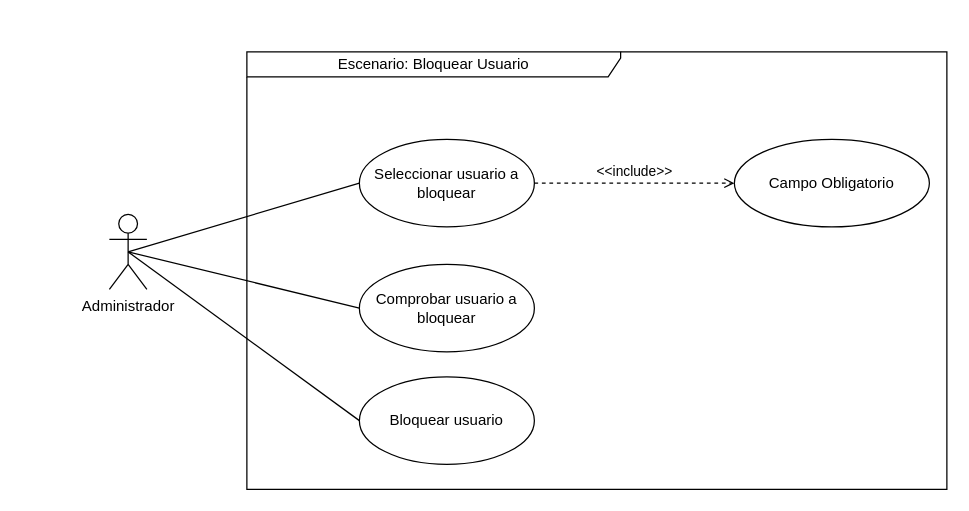
This is page "Bloquear usuario" (6 of 16) of documentacion/Untitled Diagram.drawio from nicasop/PROYECTO_INTEGRADOR_P58, a draw.io file, before an edit. Source tidied: cells renumbered, new cells numbered last; positions are measured from the earlier drawing's top-left corner, leaving out a move shared by most shapes. Both pictures are drawn from the tidied source at 125%, with x=0, y=0 at pixel (109, 51).
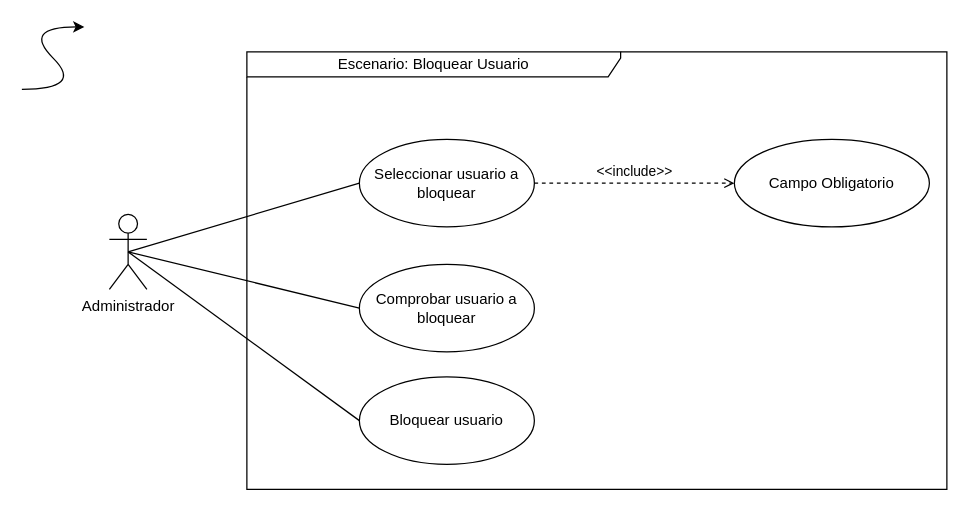
Above is the later version.

Change to the diagram source:
```diff
@@
 <mxGraphModel>
   <root>
     <mxCell id="0" />
     <mxCell id="1" parent="0" />
     <mxCell id="2" value="Escenario: Bloquear Usuario" style="shape=umlFrame;whiteSpace=wrap;html=1;width=299;height=20;" parent="1" vertex="1">
       <mxGeometry x="110" width="560" height="350" as="geometry" />
     </mxCell>
     <mxCell id="3" value="Administrador" style="shape=umlActor;verticalLabelPosition=bottom;verticalAlign=top;html=1;" parent="1" vertex="1">
       <mxGeometry y="130" width="30" height="60" as="geometry" />
     </mxCell>
     <mxCell id="4" value="Seleccionar usuario a bloquear" style="ellipse;whiteSpace=wrap;html=1;" parent="1" vertex="1">
       <mxGeometry x="200" y="70" width="140" height="70" as="geometry" />
     </mxCell>
     <mxCell id="5" value="Comprobar usuario a bloquear" style="ellipse;whiteSpace=wrap;html=1;" parent="1" vertex="1">
       <mxGeometry x="200" y="170" width="140" height="70" as="geometry" />
     </mxCell>
     <mxCell id="6" value="Campo Obligatorio" style="ellipse;whiteSpace=wrap;html=1;" parent="1" vertex="1">
       <mxGeometry x="500" y="70" width="156" height="70" as="geometry" />
     </mxCell>
     <mxCell id="7" style="endArrow=none;html=1;exitX=0.5;exitY=0.5;exitDx=0;exitDy=0;exitPerimeter=0;entryX=0;entryY=0.5;entryDx=0;entryDy=0;" parent="1" edge="1" source="3" target="4">
       <mxGeometry relative="1" as="geometry" />
     </mxCell>
     <mxCell id="8" style="endArrow=none;html=1;exitX=0.5;exitY=0.5;exitDx=0;exitDy=0;exitPerimeter=0;entryX=0;entryY=0.5;entryDx=0;entryDy=0;" parent="1" edge="1" source="3" target="5">
       <mxGeometry relative="1" as="geometry" />
     </mxCell>
     <mxCell id="9" value="&amp;lt;&amp;lt;include&amp;gt;&amp;gt;" style="html=1;verticalAlign=bottom;labelBackgroundColor=none;endArrow=open;endFill=0;dashed=1;exitX=1;exitY=0.5;exitDx=0;exitDy=0;" parent="1" edge="1" source="4">
       <mxGeometry relative="1" as="geometry">
         <mxPoint x="500" y="105" as="targetPoint" />
       </mxGeometry>
     </mxCell>
     <mxCell id="10" value="Bloquear usuario" style="ellipse;whiteSpace=wrap;html=1;" parent="1" vertex="1">
       <mxGeometry x="200" y="260" width="140" height="70" as="geometry" />
     </mxCell>
     <mxCell id="11" style="endArrow=none;html=1;exitX=0.5;exitY=0.5;exitDx=0;exitDy=0;exitPerimeter=0;entryX=0;entryY=0.5;entryDx=0;entryDy=0;" parent="1" edge="1" source="3" target="10">
       <mxGeometry relative="1" as="geometry" />
     </mxCell>
+    <mxCell id="12" style="curved=1;endArrow=classic;html=1;" parent="1" edge="1">
+      <mxGeometry relative="1" as="geometry">
+        <mxPoint x="-70" y="30" as="sourcePoint" />
+        <mxPoint x="-20" y="-20" as="targetPoint" />
+        <Array as="points">
+          <mxPoint x="-20" y="30" />
+          <mxPoint x="-70" y="-20" />
+        </Array>
+      </mxGeometry>
+    </mxCell>
   </root>
 </mxGraphModel>
```
